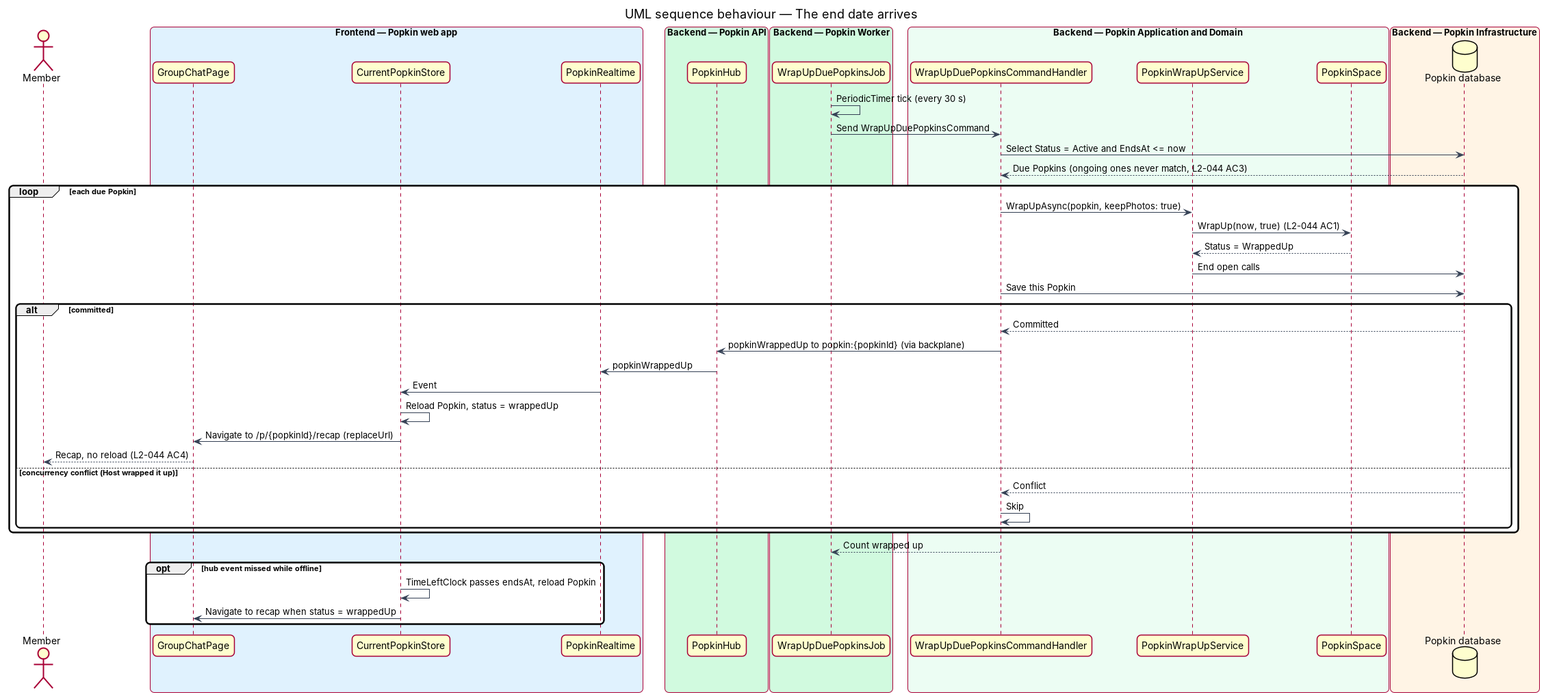
Above: docs/detailed-designs/wrap-up/time-is-up/diagrams/sequence-time-is-up.png in QuinntyneBrown/popkin (PlantUML), before the change. Its source is kept beside it as docs/detailed-designs/wrap-up/time-is-up/diagrams/sequence-time-is-up.puml. Its diagram source:
```plantuml
@startuml
title UML sequence behaviour — The end date arrives
skinparam backgroundColor #FFFFFF
skinparam shadowing false
skinparam roundcorner 12
skinparam defaultFontName Arial
skinparam ArrowColor #344054
skinparam rectangle {
  BorderColor #344054
  FontColor #101828
}
skinparam package {
  BorderColor #667085
  FontColor #101828
  BackgroundColor #F9FAFB
}
actor "Member" as actor
box "Frontend — Popkin web app" #E0F2FE
  participant "GroupChatPage" as page
  participant "CurrentPopkinStore" as store
  participant "PopkinRealtime" as rt
end box
box "Backend — Popkin API" #D1FADF
  participant "PopkinHub" as hub
end box
box "Backend — Popkin Worker" #D1FADF
  participant "WrapUpDuePopkinsJob" as job
end box
box "Backend — Popkin Application and Domain" #ECFDF3
  participant "WrapUpDuePopkinsCommandHandler" as handler
  participant "PopkinWrapUpService" as service
  participant "PopkinSpace" as entity
end box
box "Backend — Popkin Infrastructure" #FFF4E5
  database "Popkin database" as db
end box
job -> job : PeriodicTimer tick (every 30 s)
job -> handler : Send WrapUpDuePopkinsCommand
handler -> db : Select Status = Active and EndsAt <= now
db --> handler : Due Popkins (ongoing ones never match, L2-044 AC3)
loop each due Popkin
  handler -> service : WrapUpAsync(popkin, keepPhotos: true)
  service -> entity : WrapUp(now, true) (L2-044 AC1)
  entity --> service : Status = WrappedUp
  service -> db : End open calls
  handler -> db : Save this Popkin
  alt committed
    db --> handler : Committed
    handler -> hub : popkinWrappedUp to popkin:{popkinId} (via backplane)
    hub -> rt : popkinWrappedUp
    rt -> store : Event
    store -> store : Reload Popkin, status = wrappedUp
    store -> page : Navigate to /p/{popkinId}/recap (replaceUrl)
    page --> actor : Recap, no reload (L2-044 AC4)
  else concurrency conflict (Host wrapped it up)
    db --> handler : Conflict
    handler -> handler : Skip
  end
end
handler --> job : Count wrapped up
opt hub event missed while offline
  store -> store : TimeLeftClock passes endsAt, reload Popkin
  store -> page : Navigate to recap when status = wrappedUp
end
@enduml
```
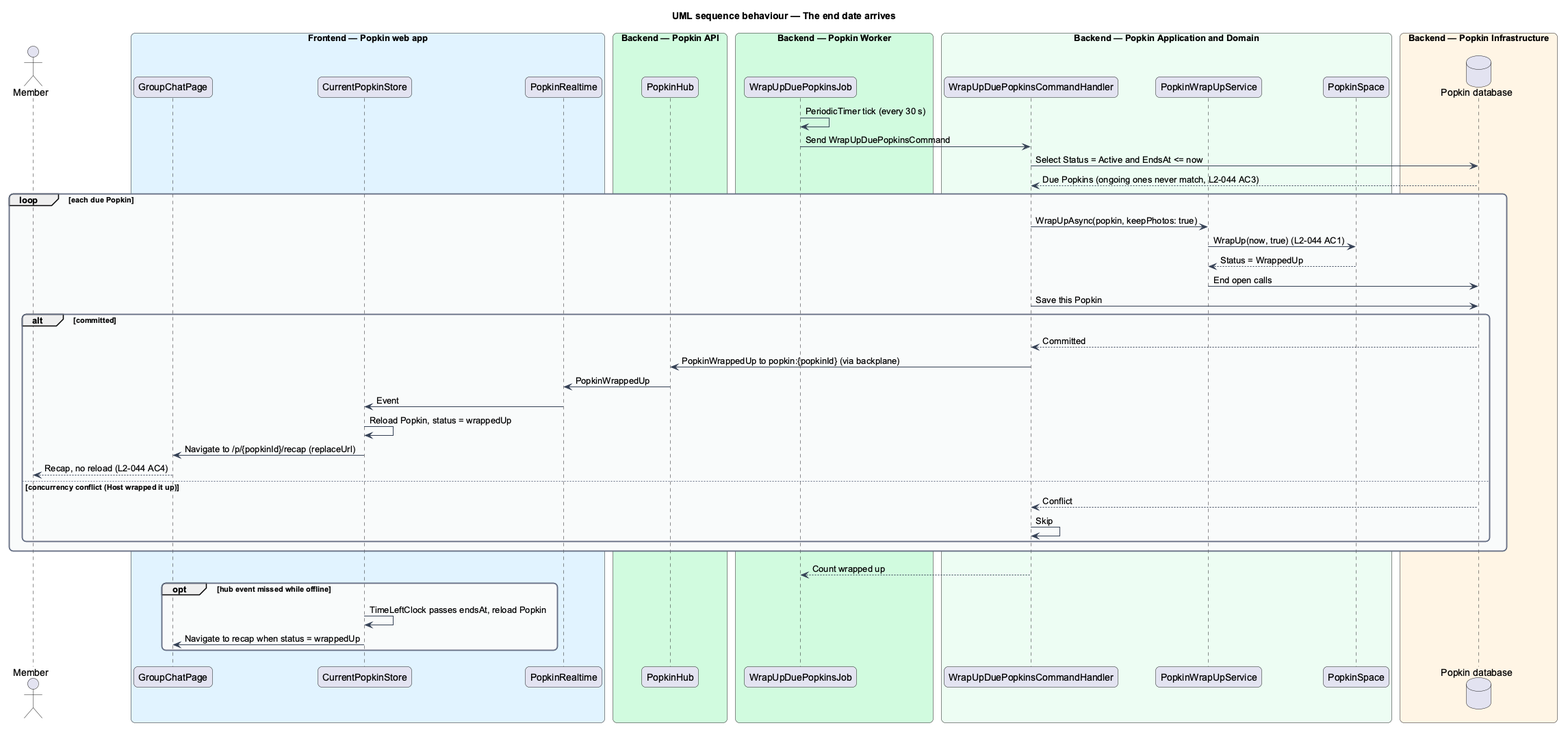
The same file after the commit.

The edit, as a diff of the source:
```diff
@@ -46,8 +46,8 @@
   handler -> db : Save this Popkin
   alt committed
     db --> handler : Committed
-    handler -> hub : popkinWrappedUp to popkin:{popkinId} (via backplane)
-    hub -> rt : popkinWrappedUp
+    handler -> hub : PopkinWrappedUp to popkin:{popkinId} (via backplane)
+    hub -> rt : PopkinWrappedUp
     rt -> store : Event
     store -> store : Reload Popkin, status = wrappedUp
     store -> page : Navigate to /p/{popkinId}/recap (replaceUrl)
```
